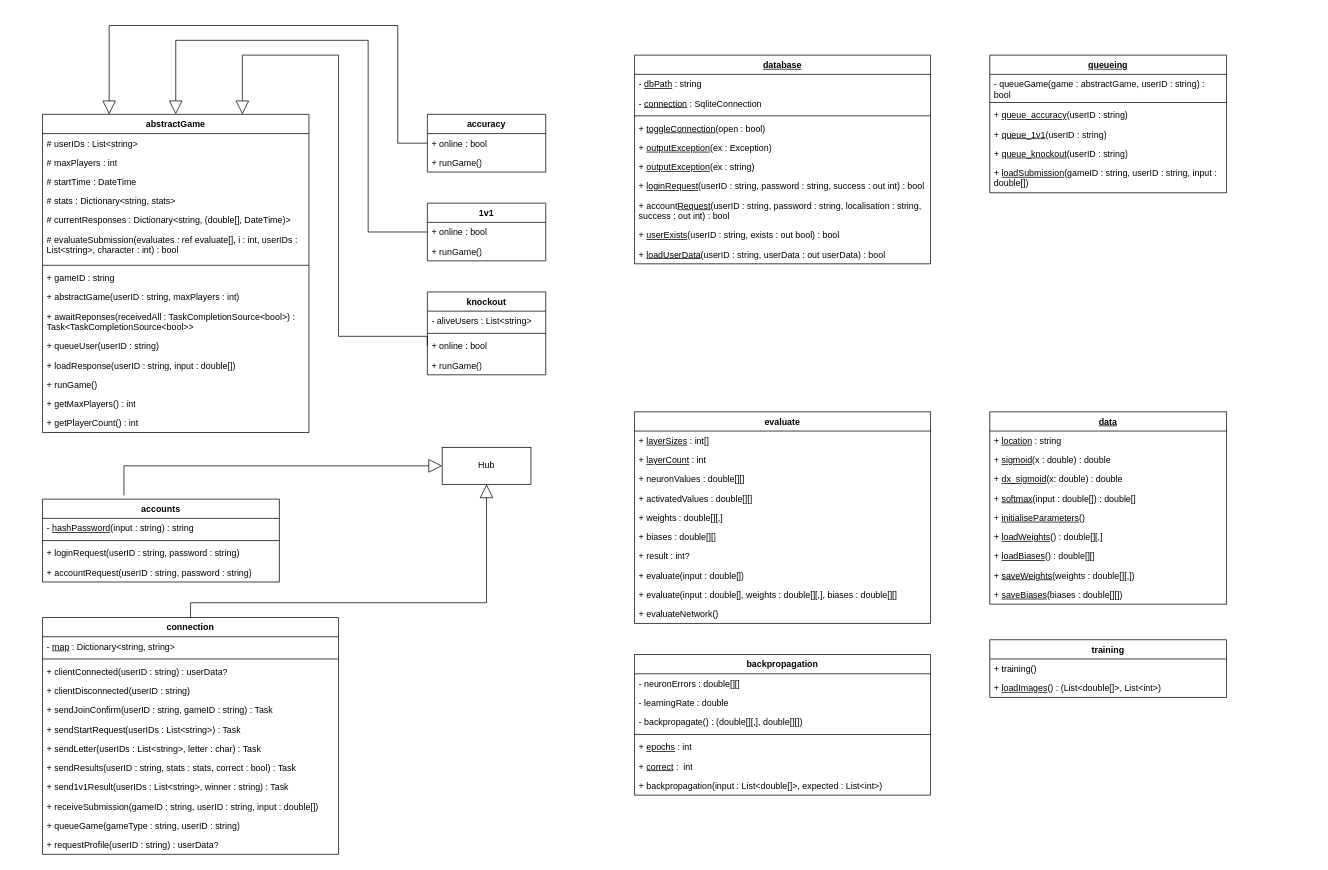
Above: server-app/server-app/databases/server-class-diagram.drawio in naiquire/cs-nea (draw.io), before the change. Source tidied: cells renumbered, new cells numbered last; positions are measured from the earlier drawing's top-left corner, leaving out a move shared by most shapes. Both pictures are drawn from the tidied source at 74%, with x=0, y=0 at pixel (42, 25).
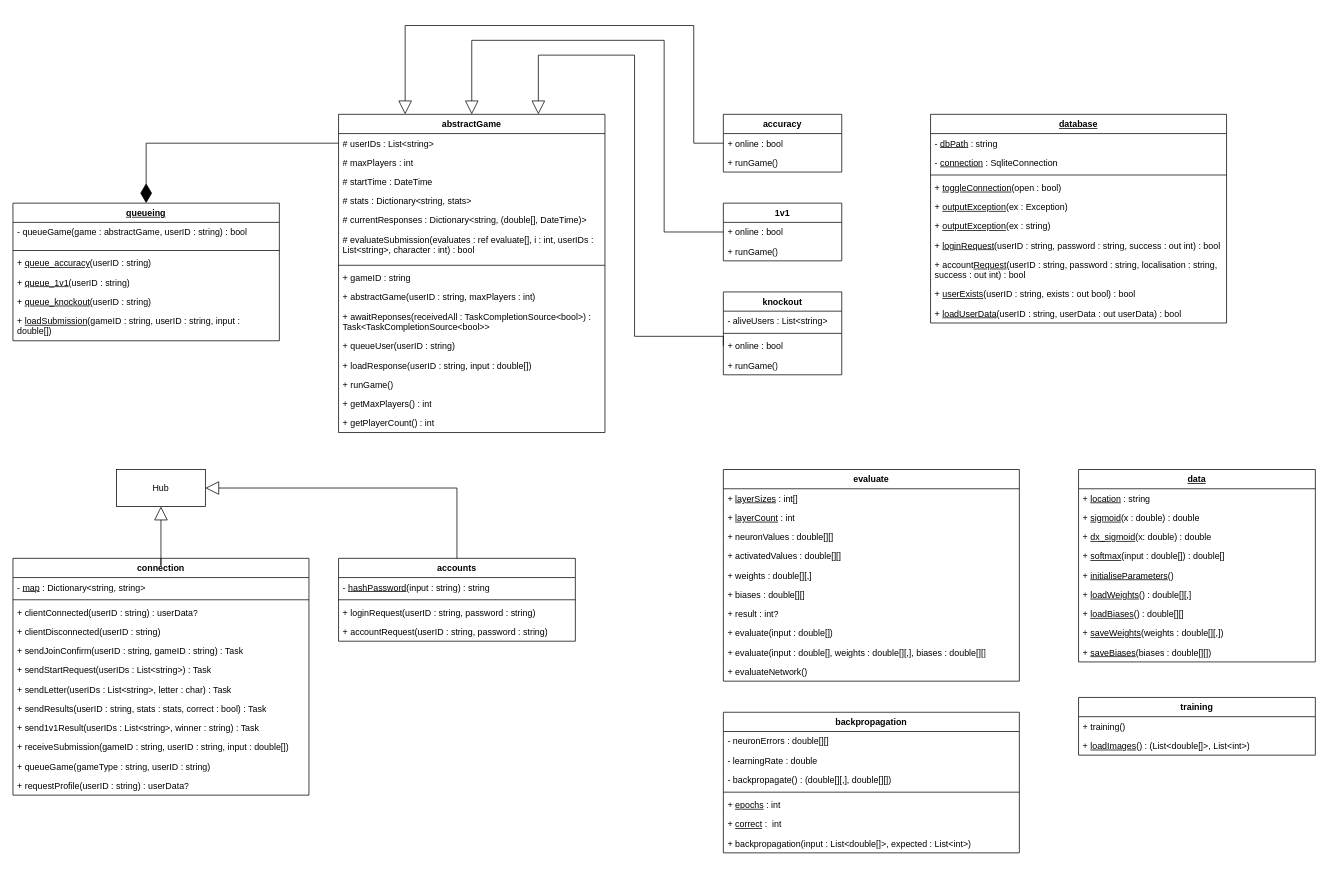
The same page after the edit.

Unchanged cells that the change refers to:
```xml
<mxCell id="3" value="# userIDs : List&amp;lt;string&amp;gt;" style="text;strokeColor=none;fillColor=none;align=left;verticalAlign=top;spacingLeft=4;spacingRight=4;overflow=hidden;points=[[0,0.5],[1,0.5]];portConstraint=eastwest;whiteSpace=wrap;html=1;" parent="2" vertex="1">
  <mxGeometry y="26" width="360" height="26" as="geometry" />
</mxCell>
<mxCell id="20" value="+ online : bool" style="text;strokeColor=none;fillColor=none;align=left;verticalAlign=top;spacingLeft=4;spacingRight=4;overflow=hidden;points=[[0,0.5],[1,0.5]];portConstraint=eastwest;whiteSpace=wrap;html=1;" parent="19" vertex="1">
  <mxGeometry y="26" width="160" height="26" as="geometry" />
</mxCell>
<mxCell id="23" value="+ online : bool" style="text;strokeColor=none;fillColor=none;align=left;verticalAlign=top;spacingLeft=4;spacingRight=4;overflow=hidden;points=[[0,0.5],[1,0.5]];portConstraint=eastwest;whiteSpace=wrap;html=1;" parent="22" vertex="1">
  <mxGeometry y="26" width="160" height="26" as="geometry" />
</mxCell>
<mxCell id="28" value="+ online : bool" style="text;strokeColor=none;fillColor=none;align=left;verticalAlign=top;spacingLeft=4;spacingRight=4;overflow=hidden;points=[[0,0.5],[1,0.5]];portConstraint=eastwest;whiteSpace=wrap;html=1;" parent="25" vertex="1">
  <mxGeometry y="60" width="160" height="26" as="geometry" />
</mxCell>
```

Diff of the diagram source:
```diff
@@
     <mxCell id="2" value="abstractGame" style="swimlane;fontStyle=1;align=center;verticalAlign=top;horizontal=1;startSize=26;whiteSpace=wrap;html=1;" parent="1" vertex="1">
-      <mxGeometry y="120" width="360" height="430" as="geometry" />
+      <mxGeometry x="400" y="120" width="360" height="430" as="geometry" />
     </mxCell>
@@
     <mxCell id="18" style="rounded=0;jettySize=auto;html=1;entryX=0.5;entryY=0;entryDx=0;entryDy=0;endArrow=block;endFill=0;strokeWidth=1;elbow=vertical;edgeStyle=orthogonalEdgeStyle;jumpSize=6;endSize=16;exitX=0;exitY=0.5;exitDx=0;exitDy=0;" parent="1" edge="1" source="23" target="2">
       <mxGeometry relative="1" as="geometry">
         <Array as="points">
-          <mxPoint x="440" y="279" />
-          <mxPoint x="440" y="20" />
-          <mxPoint x="180" y="20" />
+          <mxPoint x="840" y="279" />
+          <mxPoint x="840" y="20" />
+          <mxPoint x="580" y="20" />
         </Array>
       </mxGeometry>
     </mxCell>
     <mxCell id="19" value="accuracy" style="swimlane;fontStyle=1;align=center;verticalAlign=top;horizontal=1;startSize=26;whiteSpace=wrap;html=1;" parent="1" vertex="1">
-      <mxGeometry x="520" y="120" width="160" height="78" as="geometry" />
+      <mxGeometry x="920" y="120" width="160" height="78" as="geometry" />
     </mxCell>
@@
     <mxCell id="22" value="1v1" style="swimlane;fontStyle=1;align=center;verticalAlign=top;horizontal=1;startSize=26;whiteSpace=wrap;html=1;" parent="1" vertex="1">
-      <mxGeometry x="520" y="240" width="160" height="78" as="geometry" />
+      <mxGeometry x="920" y="240" width="160" height="78" as="geometry" />
     </mxCell>
@@
     <mxCell id="25" value="knockout" style="swimlane;fontStyle=1;align=center;verticalAlign=top;horizontal=1;startSize=26;whiteSpace=wrap;html=1;" parent="1" vertex="1">
-      <mxGeometry x="520" y="360" width="160" height="112" as="geometry" />
+      <mxGeometry x="920" y="360" width="160" height="112" as="geometry" />
     </mxCell>
@@
     <mxCell id="30" style="rounded=0;jettySize=auto;html=1;entryX=0.75;entryY=0;entryDx=0;entryDy=0;endArrow=block;endFill=0;strokeWidth=1;elbow=vertical;edgeStyle=orthogonalEdgeStyle;jumpSize=6;endSize=16;exitX=0;exitY=0.5;exitDx=0;exitDy=0;" parent="1" edge="1" source="28" target="2">
       <mxGeometry relative="1" as="geometry">
         <Array as="points">
-          <mxPoint x="520" y="420" />
-          <mxPoint x="400" y="420" />
-          <mxPoint x="400" y="40" />
-          <mxPoint x="270" y="40" />
+          <mxPoint x="920" y="420" />
+          <mxPoint x="800" y="420" />
+          <mxPoint x="800" y="40" />
+          <mxPoint x="670" y="40" />
         </Array>
       </mxGeometry>
     </mxCell>
     <mxCell id="31" style="rounded=0;jettySize=auto;html=1;endArrow=block;endFill=0;strokeWidth=1;elbow=vertical;edgeStyle=orthogonalEdgeStyle;jumpSize=6;endSize=16;exitX=0;exitY=0.5;exitDx=0;exitDy=0;entryX=0.25;entryY=0;entryDx=0;entryDy=0;" parent="1" edge="1" source="20" target="2">
       <mxGeometry relative="1" as="geometry">
         <Array as="points">
-          <mxPoint x="480" y="159" />
-          <mxPoint x="480" />
-          <mxPoint x="90" />
+          <mxPoint x="880" y="159" />
+          <mxPoint x="880" />
+          <mxPoint x="490" />
         </Array>
       </mxGeometry>
     </mxCell>
     <mxCell id="32" value="accounts" style="swimlane;fontStyle=1;align=center;verticalAlign=top;horizontal=1;startSize=26;whiteSpace=wrap;html=1;" parent="1" vertex="1">
-      <mxGeometry y="640" width="320" height="112" as="geometry" />
+      <mxGeometry x="400" y="720" width="320" height="112" as="geometry" />
     </mxCell>
@@
     <mxCell id="37" value="Hub" style="html=1;whiteSpace=wrap;" parent="1" vertex="1">
-      <mxGeometry x="540" y="570" width="120" height="50" as="geometry" />
+      <mxGeometry x="100" y="600" width="120" height="50" as="geometry" />
     </mxCell>
     <mxCell id="38" value="connection" style="swimlane;fontStyle=1;align=center;verticalAlign=top;horizontal=1;startSize=26;whiteSpace=wrap;html=1;" parent="1" vertex="1">
-      <mxGeometry y="800" width="400" height="320" as="geometry" />
+      <mxGeometry x="-40" y="720" width="400" height="320" as="geometry" />
     </mxCell>
@@
     <mxCell id="51" style="rounded=0;jettySize=auto;html=1;endArrow=block;endFill=0;strokeWidth=1;elbow=vertical;edgeStyle=orthogonalEdgeStyle;jumpSize=6;endSize=16;exitX=0.5;exitY=0;exitDx=0;exitDy=0;entryX=0.5;entryY=1;entryDx=0;entryDy=0;" parent="1" edge="1" source="38" target="37">
       <mxGeometry relative="1" as="geometry">
         <Array as="points">
-          <mxPoint x="200" y="780" />
-          <mxPoint x="600" y="780" />
+          <mxPoint x="160" y="730" />
+          <mxPoint x="160" y="730" />
         </Array>
       </mxGeometry>
     </mxCell>
-    <mxCell id="52" style="rounded=0;jettySize=auto;html=1;endArrow=block;endFill=0;strokeWidth=1;elbow=vertical;edgeStyle=orthogonalEdgeStyle;jumpSize=6;endSize=16;exitX=0.5;exitY=0;exitDx=0;exitDy=0;entryX=0;entryY=0.5;entryDx=0;entryDy=0;" parent="1" edge="1" target="37">
+    <mxCell id="52" style="rounded=0;jettySize=auto;html=1;endArrow=block;endFill=0;strokeWidth=1;elbow=vertical;edgeStyle=orthogonalEdgeStyle;jumpSize=6;endSize=16;exitX=0.5;exitY=0;exitDx=0;exitDy=0;entryX=1;entryY=0.5;entryDx=0;entryDy=0;" parent="1" edge="1" source="32" target="37">
       <mxGeometry relative="1" as="geometry">
-        <mxPoint x="110" y="635" as="sourcePoint" />
         <Array as="points">
-          <mxPoint x="110" y="595" />
+          <mxPoint x="560" y="625" />
         </Array>
       </mxGeometry>
     </mxCell>
     <mxCell id="53" value="training" style="swimlane;fontStyle=1;align=center;verticalAlign=top;horizontal=1;startSize=26;whiteSpace=wrap;html=1;" parent="1" vertex="1">
-      <mxGeometry x="1280" y="830" width="320" height="78" as="geometry" />
+      <mxGeometry x="1400" y="908" width="320" height="78" as="geometry" />
     </mxCell>
@@
     <mxCell id="56" value="evaluate" style="swimlane;fontStyle=1;align=center;verticalAlign=top;horizontal=1;startSize=26;whiteSpace=wrap;html=1;" parent="1" vertex="1">
-      <mxGeometry x="800" y="522" width="400" height="286" as="geometry" />
+      <mxGeometry x="920" y="600" width="400" height="286" as="geometry" />
     </mxCell>
@@
     <mxCell id="67" value="&lt;u&gt;data&lt;/u&gt;" style="swimlane;fontStyle=1;align=center;verticalAlign=top;horizontal=1;startSize=26;whiteSpace=wrap;html=1;" parent="1" vertex="1">
-      <mxGeometry x="1280" y="522" width="320" height="260" as="geometry" />
+      <mxGeometry x="1400" y="600" width="320" height="260" as="geometry" />
     </mxCell>
@@
     <mxCell id="77" value="backpropagation" style="swimlane;fontStyle=1;align=center;verticalAlign=top;horizontal=1;startSize=26;whiteSpace=wrap;html=1;" parent="1" vertex="1">
-      <mxGeometry x="800" y="850" width="400" height="190" as="geometry" />
+      <mxGeometry x="920" y="928" width="400" height="190" as="geometry" />
     </mxCell>
@@
     <mxCell id="85" value="&lt;u&gt;database&lt;/u&gt;" style="swimlane;fontStyle=1;align=center;verticalAlign=top;horizontal=1;startSize=26;whiteSpace=wrap;html=1;" parent="1" vertex="1">
-      <mxGeometry x="800" y="40" width="400" height="282" as="geometry" />
+      <mxGeometry x="1200" y="120" width="400" height="282" as="geometry" />
     </mxCell>
@@
     <mxCell id="96" value="&lt;u&gt;queueing&lt;/u&gt;" style="swimlane;fontStyle=1;align=center;verticalAlign=top;horizontal=1;startSize=26;whiteSpace=wrap;html=1;" parent="1" vertex="1">
-      <mxGeometry x="1280" y="40" width="320" height="186" as="geometry" />
+      <mxGeometry x="-40" y="240" width="360" height="186" as="geometry" />
     </mxCell>
     <mxCell id="97" value="- queueGame(game : abstractGame, userID : string) : bool" style="text;strokeColor=none;fillColor=none;align=left;verticalAlign=top;spacingLeft=4;spacingRight=4;overflow=hidden;whiteSpace=wrap;html=1;" parent="96" vertex="1">
-      <mxGeometry y="26" width="320" height="34" as="geometry" />
+      <mxGeometry y="26" width="360" height="34" as="geometry" />
     </mxCell>
     <mxCell id="98" style="line;strokeWidth=1;fillColor=none;align=left;verticalAlign=middle;spacingTop=-1;spacingLeft=3;spacingRight=3;labelPosition=right;strokeColor=inherit;" parent="96" vertex="1">
-      <mxGeometry y="60" width="320" height="8" as="geometry" />
+      <mxGeometry y="60" width="360" height="8" as="geometry" />
     </mxCell>
     <mxCell id="99" value="+ &lt;u&gt;queue_accuracy&lt;/u&gt;(userID : string)" style="text;strokeColor=none;fillColor=none;align=left;verticalAlign=top;spacingLeft=4;spacingRight=4;overflow=hidden;whiteSpace=wrap;html=1;" parent="96" vertex="1">
-      <mxGeometry y="68" width="320" height="26" as="geometry" />
+      <mxGeometry y="68" width="360" height="26" as="geometry" />
     </mxCell>
     <mxCell id="100" value="+ &lt;u&gt;queue_1v1&lt;/u&gt;(userID : string)" style="text;strokeColor=none;fillColor=none;align=left;verticalAlign=top;spacingLeft=4;spacingRight=4;overflow=hidden;whiteSpace=wrap;html=1;" parent="96" vertex="1">
-      <mxGeometry y="94" width="320" height="26" as="geometry" />
+      <mxGeometry y="94" width="360" height="26" as="geometry" />
     </mxCell>
     <mxCell id="101" value="+ &lt;u&gt;queue_knockout&lt;/u&gt;(userID : string)" style="text;strokeColor=none;fillColor=none;align=left;verticalAlign=top;spacingLeft=4;spacingRight=4;overflow=hidden;whiteSpace=wrap;html=1;" parent="96" vertex="1">
-      <mxGeometry y="120" width="320" height="26" as="geometry" />
+      <mxGeometry y="120" width="360" height="26" as="geometry" />
     </mxCell>
     <mxCell id="102" value="+ &lt;u&gt;loadSubmission&lt;/u&gt;(gameID : string, userID : string, input : double[])" style="text;strokeColor=none;fillColor=none;align=left;verticalAlign=top;spacingLeft=4;spacingRight=4;overflow=hidden;whiteSpace=wrap;html=1;" parent="96" vertex="1">
-      <mxGeometry y="146" width="320" height="40" as="geometry" />
+      <mxGeometry y="146" width="360" height="40" as="geometry" />
     </mxCell>
+    <mxCell id="103" style="endArrow=diamondThin;endFill=1;endSize=24;html=1;rounded=0;fontSize=12;entryX=0.5;entryY=0;entryDx=0;entryDy=0;exitX=0;exitY=0.5;exitDx=0;exitDy=0;edgeStyle=orthogonalEdgeStyle;" parent="1" edge="1" source="3" target="96">
+      <mxGeometry relative="1" as="geometry">
+        <Array as="points">
+          <mxPoint x="140" y="159" />
+        </Array>
+      </mxGeometry>
+    </mxCell>
```
